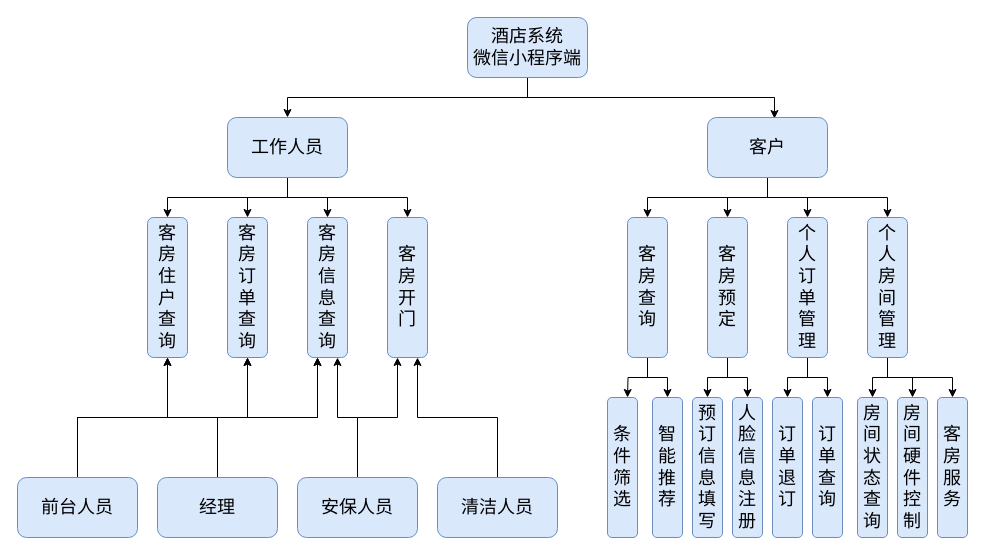
This is docs/src/微信小程序界面层.drawio from AndSonder/smart-hotel-database, a draw.io file, before an edit. Source tidied: cells renumbered, new cells numbered last; positions are measured from the earlier drawing's top-left corner, leaving out a move shared by most shapes. Both pictures are drawn from the tidied source at 100%, with x=0, y=0 at pixel (17, 17).
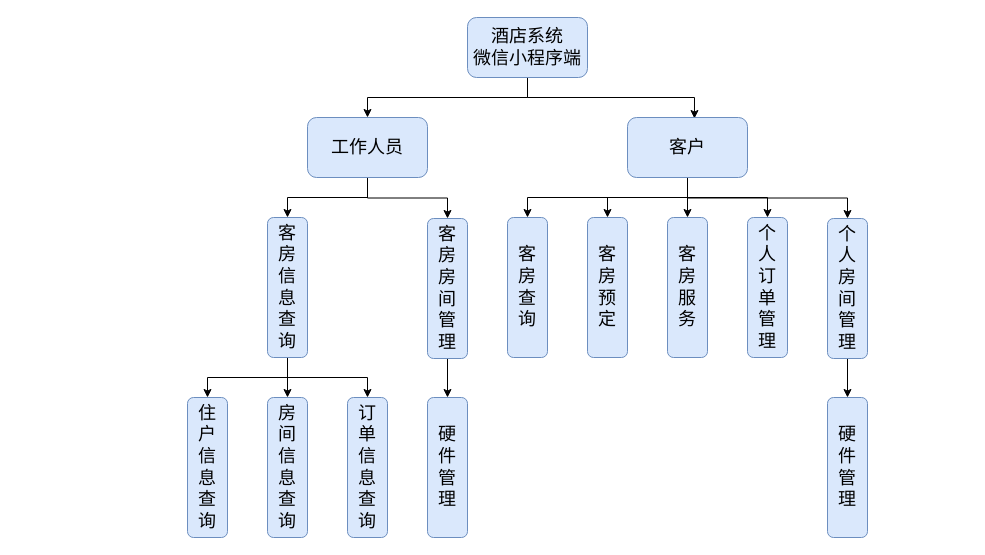
The same page after the edit.

The edit, as a diff of the source:
```diff
@@
-    <mxCell id="5" style="edgeStyle=orthogonalEdgeStyle;rounded=0;jettySize=auto;html=1;exitX=0.5;exitY=1;exitDx=0;exitDy=0;entryX=0.5;entryY=0;entryDx=0;entryDy=0;fontSize=18;" parent="1" edge="1" source="9" target="51">
-      <mxGeometry relative="1" as="geometry" />
-    </mxCell>
-    <mxCell id="6" style="edgeStyle=orthogonalEdgeStyle;rounded=0;jettySize=auto;html=1;exitX=0.5;exitY=1;exitDx=0;exitDy=0;entryX=0.5;entryY=0;entryDx=0;entryDy=0;fontSize=18;" parent="1" edge="1" source="9" target="52">
-      <mxGeometry relative="1" as="geometry" />
-    </mxCell>
@@
-    <mxCell id="8" style="edgeStyle=orthogonalEdgeStyle;rounded=0;jettySize=auto;html=1;exitX=0.5;exitY=1;exitDx=0;exitDy=0;entryX=0.5;entryY=0;entryDx=0;entryDy=0;fontSize=18;" parent="1" edge="1" source="9" target="53">
+    <mxCell id="8" style="edgeStyle=orthogonalEdgeStyle;rounded=0;jettySize=auto;html=1;exitX=0.5;exitY=1;exitDx=0;exitDy=0;entryX=0.5;entryY=0;entryDx=0;entryDy=0;" parent="1" edge="1" source="9" target="53">
       <mxGeometry relative="1" as="geometry" />
     </mxCell>
     <mxCell id="9" value="工作人员" style="rounded=1;whiteSpace=wrap;html=1;fillColor=#dae8fc;strokeColor=#6c8ebf;shadow=0;sketch=0;fontSize=18;" parent="1" vertex="1">
-      <mxGeometry x="210" y="100" width="120" height="60" as="geometry" />
+      <mxGeometry x="290" y="100" width="120" height="60" as="geometry" />
     </mxCell>
@@
+    <mxCell id="54" style="edgeStyle=orthogonalEdgeStyle;rounded=0;jettySize=auto;html=1;exitX=0.5;exitY=1;exitDx=0;exitDy=0;entryX=0.5;entryY=0;entryDx=0;entryDy=0;" parent="1" edge="1" source="14" target="40">
+      <mxGeometry relative="1" as="geometry" />
+    </mxCell>
     <mxCell id="14" value="客户" style="rounded=1;whiteSpace=wrap;html=1;fillColor=#dae8fc;strokeColor=#6c8ebf;shadow=0;sketch=0;fontSize=18;" parent="1" vertex="1">
-      <mxGeometry x="690" y="100" width="120" height="60" as="geometry" />
+      <mxGeometry x="610" y="100" width="120" height="60" as="geometry" />
     </mxCell>
-    <mxCell id="15" style="edgeStyle=orthogonalEdgeStyle;rounded=0;jettySize=auto;html=1;exitX=0.5;exitY=1;exitDx=0;exitDy=0;entryX=0.5;entryY=0;entryDx=0;entryDy=0;fontSize=18;" parent="1" edge="1" source="17">
-      <mxGeometry relative="1" as="geometry">
-        <mxPoint x="610" y="380" as="targetPoint" />
-      </mxGeometry>
-    </mxCell>
-    <mxCell id="16" style="edgeStyle=orthogonalEdgeStyle;rounded=0;jettySize=auto;html=1;exitX=0.5;exitY=1;exitDx=0;exitDy=0;entryX=0.5;entryY=0;entryDx=0;entryDy=0;fontSize=18;" parent="1" edge="1" source="17" target="28">
-      <mxGeometry relative="1" as="geometry" />
-    </mxCell>
     <mxCell id="17" value="&lt;span style=&quot;font-size: 18px;&quot;&gt;客&lt;/span&gt;&lt;br style=&quot;font-size: 18px;&quot;&gt;&lt;span style=&quot;font-size: 18px;&quot;&gt;房&lt;/span&gt;&lt;br style=&quot;font-size: 18px;&quot;&gt;&lt;span style=&quot;font-size: 18px;&quot;&gt;查&lt;/span&gt;&lt;br style=&quot;font-size: 18px;&quot;&gt;&lt;span style=&quot;font-size: 18px;&quot;&gt;询&lt;/span&gt;" style="rounded=1;whiteSpace=wrap;html=1;fillColor=#dae8fc;strokeColor=#6c8ebf;shadow=0;sketch=0;fontSize=18;" parent="1" vertex="1">
-      <mxGeometry x="610" y="200" width="40" height="140" as="geometry" />
+      <mxGeometry x="490" y="200" width="40" height="140" as="geometry" />
     </mxCell>
-    <mxCell id="18" style="edgeStyle=orthogonalEdgeStyle;rounded=0;jettySize=auto;html=1;exitX=0.5;exitY=1;exitDx=0;exitDy=0;entryX=0.5;entryY=0;entryDx=0;entryDy=0;fontSize=18;" parent="1" edge="1" source="20" target="30">
-      <mxGeometry relative="1" as="geometry" />
-    </mxCell>
-    <mxCell id="19" style="edgeStyle=orthogonalEdgeStyle;rounded=0;jettySize=auto;html=1;exitX=0.5;exitY=1;exitDx=0;exitDy=0;entryX=0.5;entryY=0;entryDx=0;entryDy=0;fontSize=18;" parent="1" edge="1" source="20" target="31">
-      <mxGeometry relative="1" as="geometry" />
-    </mxCell>
     <mxCell id="20" value="个&lt;br style=&quot;font-size: 18px;&quot;&gt;人&lt;br style=&quot;font-size: 18px;&quot;&gt;订&lt;br style=&quot;font-size: 18px;&quot;&gt;单&lt;br style=&quot;font-size: 18px;&quot;&gt;管&lt;br style=&quot;font-size: 18px;&quot;&gt;理" style="rounded=1;whiteSpace=wrap;html=1;fillColor=#dae8fc;strokeColor=#6c8ebf;shadow=0;sketch=0;fontSize=18;" parent="1" vertex="1">
-      <mxGeometry x="770" y="200" width="40" height="140" as="geometry" />
+      <mxGeometry x="730" y="200" width="40" height="140" as="geometry" />
     </mxCell>
-    <mxCell id="21" style="edgeStyle=orthogonalEdgeStyle;rounded=0;jettySize=auto;html=1;entryX=0.5;entryY=0;entryDx=0;entryDy=0;fontSize=18;" parent="1" edge="1" source="23" target="42">
-      <mxGeometry relative="1" as="geometry" />
-    </mxCell>
-    <mxCell id="22" style="edgeStyle=orthogonalEdgeStyle;rounded=0;jettySize=auto;html=1;exitX=0.5;exitY=1;exitDx=0;exitDy=0;entryX=0.5;entryY=0;entryDx=0;entryDy=0;fontSize=18;" parent="1" edge="1" source="23" target="29">
-      <mxGeometry relative="1" as="geometry" />
-    </mxCell>
     <mxCell id="23" value="客&lt;br style=&quot;font-size: 18px;&quot;&gt;房&lt;br style=&quot;font-size: 18px;&quot;&gt;预&lt;br style=&quot;font-size: 18px;&quot;&gt;定" style="rounded=1;whiteSpace=wrap;html=1;fillColor=#dae8fc;strokeColor=#6c8ebf;shadow=0;sketch=0;fontSize=18;" parent="1" vertex="1">
-      <mxGeometry x="690" y="200" width="40" height="140" as="geometry" />
+      <mxGeometry x="570" y="200" width="40" height="140" as="geometry" />
     </mxCell>
-    <mxCell id="24" style="edgeStyle=orthogonalEdgeStyle;rounded=0;jettySize=auto;html=1;exitX=0.5;exitY=1;exitDx=0;exitDy=0;entryX=0.5;entryY=0;entryDx=0;entryDy=0;fontSize=18;" parent="1" edge="1" source="27" target="32">
-      <mxGeometry relative="1" as="geometry" />
-    </mxCell>
-    <mxCell id="25" style="edgeStyle=orthogonalEdgeStyle;rounded=0;jettySize=auto;html=1;exitX=0.5;exitY=1;exitDx=0;exitDy=0;entryX=0.5;entryY=0;entryDx=0;entryDy=0;fontSize=18;" parent="1" edge="1" source="27" target="33">
-      <mxGeometry relative="1" as="geometry" />
-    </mxCell>
-    <mxCell id="26" style="edgeStyle=orthogonalEdgeStyle;rounded=0;jettySize=auto;html=1;exitX=0.5;exitY=1;exitDx=0;exitDy=0;entryX=0.5;entryY=0;entryDx=0;entryDy=0;fontSize=18;" parent="1" edge="1" source="27" target="40">
-      <mxGeometry relative="1" as="geometry" />
-    </mxCell>
+    <mxCell id="55" style="edgeStyle=orthogonalEdgeStyle;rounded=0;jettySize=auto;html=1;exitX=0.5;exitY=1;exitDx=0;exitDy=0;entryX=0.5;entryY=0;entryDx=0;entryDy=0;" parent="1" edge="1" source="27" target="60">
+      <mxGeometry relative="1" as="geometry" />
+    </mxCell>
     <mxCell id="27" value="个&lt;br style=&quot;font-size: 18px;&quot;&gt;人&lt;br style=&quot;font-size: 18px;&quot;&gt;房&lt;br style=&quot;font-size: 18px;&quot;&gt;间&lt;br style=&quot;font-size: 18px;&quot;&gt;管&lt;br style=&quot;font-size: 18px;&quot;&gt;理" style="rounded=1;whiteSpace=wrap;html=1;fillColor=#dae8fc;strokeColor=#6c8ebf;shadow=0;sketch=0;fontSize=18;" parent="1" vertex="1">
-      <mxGeometry x="850" y="200" width="40" height="140" as="geometry" />
+      <mxGeometry x="810" y="201" width="40" height="140" as="geometry" />
     </mxCell>
-    <mxCell id="28" value="智&lt;br style=&quot;font-size: 18px;&quot;&gt;能&lt;br style=&quot;font-size: 18px;&quot;&gt;推&lt;br style=&quot;font-size: 18px;&quot;&gt;荐" style="rounded=1;whiteSpace=wrap;html=1;fillColor=#dae8fc;strokeColor=#6c8ebf;shadow=0;sketch=0;fontSize=18;" parent="1" vertex="1">
-      <mxGeometry x="635" y="380" width="30" height="140" as="geometry" />
-    </mxCell>
-    <mxCell id="29" value="人&lt;br style=&quot;font-size: 18px;&quot;&gt;脸&lt;br style=&quot;font-size: 18px;&quot;&gt;信&lt;br style=&quot;font-size: 18px;&quot;&gt;息&lt;br style=&quot;font-size: 18px;&quot;&gt;注&lt;br style=&quot;font-size: 18px;&quot;&gt;册" style="rounded=1;whiteSpace=wrap;html=1;fillColor=#dae8fc;strokeColor=#6c8ebf;shadow=0;sketch=0;fontSize=18;" parent="1" vertex="1">
-      <mxGeometry x="715" y="380" width="30" height="140" as="geometry" />
-    </mxCell>
-    <mxCell id="30" value="订&lt;br style=&quot;font-size: 18px;&quot;&gt;单&lt;br style=&quot;font-size: 18px;&quot;&gt;退&lt;br style=&quot;font-size: 18px;&quot;&gt;订" style="rounded=1;whiteSpace=wrap;html=1;fillColor=#dae8fc;strokeColor=#6c8ebf;shadow=0;sketch=0;fontSize=18;" parent="1" vertex="1">
-      <mxGeometry x="755" y="380" width="30" height="140" as="geometry" />
-    </mxCell>
-    <mxCell id="31" value="订&lt;br style=&quot;font-size: 18px;&quot;&gt;单&lt;br style=&quot;font-size: 18px;&quot;&gt;查&lt;br style=&quot;font-size: 18px;&quot;&gt;询" style="rounded=1;whiteSpace=wrap;html=1;fillColor=#dae8fc;strokeColor=#6c8ebf;shadow=0;sketch=0;fontSize=18;" parent="1" vertex="1">
-      <mxGeometry x="795" y="380" width="30" height="140" as="geometry" />
-    </mxCell>
-    <mxCell id="32" value="房&lt;br style=&quot;font-size: 18px;&quot;&gt;间&lt;br style=&quot;font-size: 18px;&quot;&gt;状&lt;br style=&quot;font-size: 18px;&quot;&gt;态&lt;br style=&quot;font-size: 18px;&quot;&gt;查&lt;br style=&quot;font-size: 18px;&quot;&gt;询" style="rounded=1;whiteSpace=wrap;html=1;fillColor=#dae8fc;strokeColor=#6c8ebf;shadow=0;sketch=0;fontSize=18;" parent="1" vertex="1">
-      <mxGeometry x="840" y="380" width="30" height="140" as="geometry" />
-    </mxCell>
-    <mxCell id="33" value="房&lt;br style=&quot;font-size: 18px;&quot;&gt;间&lt;br style=&quot;font-size: 18px;&quot;&gt;硬&lt;br style=&quot;font-size: 18px;&quot;&gt;件&lt;br style=&quot;font-size: 18px;&quot;&gt;控&lt;br style=&quot;font-size: 18px;&quot;&gt;制" style="rounded=1;whiteSpace=wrap;html=1;fillColor=#dae8fc;strokeColor=#6c8ebf;shadow=0;sketch=0;fontSize=18;" parent="1" vertex="1">
-      <mxGeometry x="880" y="380" width="30" height="140" as="geometry" />
-    </mxCell>
-    <mxCell id="34" style="edgeStyle=orthogonalEdgeStyle;rounded=0;jettySize=auto;html=1;exitX=0.5;exitY=0;exitDx=0;exitDy=0;entryX=0.75;entryY=1;entryDx=0;entryDy=0;fontSize=18;" parent="1" edge="1" source="35" target="53">
-      <mxGeometry relative="1" as="geometry" />
-    </mxCell>
-    <mxCell id="35" value="清洁人员" style="rounded=1;whiteSpace=wrap;html=1;fillColor=#dae8fc;strokeColor=#6c8ebf;shadow=0;sketch=0;fontSize=18;" parent="1" vertex="1">
-      <mxGeometry x="420" y="460" width="120" height="60" as="geometry" />
-    </mxCell>
-    <mxCell id="36" style="edgeStyle=orthogonalEdgeStyle;rounded=0;jettySize=auto;html=1;exitX=0.5;exitY=0;exitDx=0;exitDy=0;entryX=0.5;entryY=1;entryDx=0;entryDy=0;fontSize=18;" parent="1" edge="1" source="39" target="51">
-      <mxGeometry relative="1" as="geometry" />
-    </mxCell>
-    <mxCell id="37" style="edgeStyle=orthogonalEdgeStyle;rounded=0;jettySize=auto;html=1;exitX=0.5;exitY=0;exitDx=0;exitDy=0;entryX=0.5;entryY=1;entryDx=0;entryDy=0;fontSize=18;" parent="1" edge="1" source="39" target="52">
-      <mxGeometry relative="1" as="geometry" />
-    </mxCell>
-    <mxCell id="38" style="edgeStyle=orthogonalEdgeStyle;rounded=0;jettySize=auto;html=1;exitX=0.5;exitY=0;exitDx=0;exitDy=0;entryX=0.25;entryY=1;entryDx=0;entryDy=0;fontSize=18;" parent="1" edge="1" source="39" target="50">
-      <mxGeometry relative="1" as="geometry" />
-    </mxCell>
-    <mxCell id="39" value="经理" style="rounded=1;whiteSpace=wrap;html=1;fillColor=#dae8fc;strokeColor=#6c8ebf;shadow=0;sketch=0;fontSize=18;" parent="1" vertex="1">
-      <mxGeometry x="140" y="460" width="120" height="60" as="geometry" />
-    </mxCell>
+    <mxCell id="56" style="edgeStyle=orthogonalEdgeStyle;rounded=0;jettySize=auto;html=1;exitX=0.5;exitY=1;exitDx=0;exitDy=0;entryX=0.5;entryY=0;entryDx=0;entryDy=0;" parent="1" edge="1" source="50" target="62">
+      <mxGeometry relative="1" as="geometry" />
+    </mxCell>
+    <mxCell id="57" style="edgeStyle=orthogonalEdgeStyle;rounded=0;jettySize=auto;html=1;exitX=0.5;exitY=1;exitDx=0;exitDy=0;entryX=0.5;entryY=0;entryDx=0;entryDy=0;" parent="1" edge="1" source="50" target="61">
+      <mxGeometry relative="1" as="geometry" />
+    </mxCell>
+    <mxCell id="58" style="edgeStyle=orthogonalEdgeStyle;rounded=0;jettySize=auto;html=1;exitX=0.5;exitY=1;exitDx=0;exitDy=0;entryX=0.5;entryY=0;entryDx=0;entryDy=0;" parent="1" edge="1" source="50" target="63">
+      <mxGeometry relative="1" as="geometry" />
+    </mxCell>
+    <mxCell id="50" value="&lt;span style=&quot;font-size: 18px;&quot;&gt;客&lt;/span&gt;&lt;br style=&quot;font-size: 18px;&quot;&gt;&lt;span style=&quot;font-size: 18px;&quot;&gt;房&lt;br style=&quot;font-size: 18px;&quot;&gt;&lt;/span&gt;信&lt;br style=&quot;font-size: 18px;&quot;&gt;息&lt;br style=&quot;font-size: 18px;&quot;&gt;&lt;span style=&quot;font-size: 18px;&quot;&gt;查&lt;br style=&quot;font-size: 18px;&quot;&gt;询&lt;br style=&quot;font-size: 18px;&quot;&gt;&lt;/span&gt;" style="rounded=1;whiteSpace=wrap;html=1;fillColor=#dae8fc;strokeColor=#6c8ebf;shadow=0;sketch=0;fontSize=18;" parent="1" vertex="1">
+      <mxGeometry x="250" y="200" width="40" height="140" as="geometry" />
+    </mxCell>
+    <mxCell id="59" style="edgeStyle=orthogonalEdgeStyle;rounded=0;jettySize=auto;html=1;exitX=0.5;exitY=1;exitDx=0;exitDy=0;entryX=0.5;entryY=0;entryDx=0;entryDy=0;" parent="1" edge="1" source="53" target="64">
+      <mxGeometry relative="1" as="geometry" />
+    </mxCell>
+    <mxCell id="53" value="客&lt;br&gt;房&lt;br&gt;房&lt;br&gt;间&lt;br&gt;管&lt;br&gt;理" style="rounded=1;whiteSpace=wrap;html=1;fillColor=#dae8fc;strokeColor=#6c8ebf;shadow=0;sketch=0;fontSize=18;" parent="1" vertex="1">
+      <mxGeometry x="410" y="201" width="40" height="140" as="geometry" />
+    </mxCell>
+    <mxCell id="60" value="硬&lt;br&gt;件&lt;br&gt;管&lt;br&gt;理" style="rounded=1;whiteSpace=wrap;html=1;fillColor=#dae8fc;strokeColor=#6c8ebf;shadow=0;sketch=0;fontSize=18;" parent="1" vertex="1">
+      <mxGeometry x="810" y="380" width="40" height="140" as="geometry" />
+    </mxCell>
-    <mxCell id="40" value="客&lt;br style=&quot;font-size: 18px;&quot;&gt;房&lt;br style=&quot;font-size: 18px;&quot;&gt;服&lt;br style=&quot;font-size: 18px;&quot;&gt;务" style="rounded=1;whiteSpace=wrap;html=1;fillColor=#dae8fc;strokeColor=#6c8ebf;shadow=0;sketch=0;fontSize=18;" parent="1" vertex="1">
-      <mxGeometry x="920" y="380" width="30" height="140" as="geometry" />
+    <mxCell id="40" value="&lt;span style=&quot;font-size: 18px&quot;&gt;客&lt;/span&gt;&lt;br style=&quot;font-size: 18px&quot;&gt;&lt;span style=&quot;font-size: 18px&quot;&gt;房&lt;/span&gt;&lt;br style=&quot;font-size: 18px&quot;&gt;服&lt;br&gt;务" style="rounded=1;whiteSpace=wrap;html=1;fillColor=#dae8fc;strokeColor=#6c8ebf;shadow=0;sketch=0;fontSize=18;" parent="1" vertex="1">
+      <mxGeometry x="650" y="200" width="40" height="140" as="geometry" />
     </mxCell>
-    <mxCell id="41" value="条&lt;br style=&quot;font-size: 18px;&quot;&gt;件&lt;br style=&quot;font-size: 18px;&quot;&gt;筛&lt;br style=&quot;font-size: 18px;&quot;&gt;选" style="rounded=1;whiteSpace=wrap;html=1;fillColor=#dae8fc;strokeColor=#6c8ebf;shadow=0;sketch=0;fontSize=18;" parent="1" vertex="1">
-      <mxGeometry x="590" y="380" width="30" height="140" as="geometry" />
-    </mxCell>
-    <mxCell id="42" value="预&lt;br style=&quot;font-size: 18px;&quot;&gt;订&lt;br style=&quot;font-size: 18px;&quot;&gt;信&lt;br style=&quot;font-size: 18px;&quot;&gt;息&lt;br style=&quot;font-size: 18px;&quot;&gt;填&lt;br style=&quot;font-size: 18px;&quot;&gt;写" style="rounded=1;whiteSpace=wrap;html=1;fillColor=#dae8fc;strokeColor=#6c8ebf;shadow=0;sketch=0;fontSize=18;" parent="1" vertex="1">
-      <mxGeometry x="675" y="380" width="30" height="140" as="geometry" />
-    </mxCell>
-    <mxCell id="43" style="edgeStyle=orthogonalEdgeStyle;rounded=0;jettySize=auto;html=1;exitX=0.5;exitY=0;exitDx=0;exitDy=0;entryX=0.5;entryY=1;entryDx=0;entryDy=0;fontSize=18;" parent="1" edge="1" source="46" target="51">
-      <mxGeometry relative="1" as="geometry" />
-    </mxCell>
-    <mxCell id="44" style="edgeStyle=orthogonalEdgeStyle;rounded=0;jettySize=auto;html=1;exitX=0.5;exitY=0;exitDx=0;exitDy=0;entryX=0.5;entryY=1;entryDx=0;entryDy=0;fontSize=18;" parent="1" edge="1" source="46" target="52">
-      <mxGeometry relative="1" as="geometry" />
-    </mxCell>
-    <mxCell id="45" style="edgeStyle=orthogonalEdgeStyle;rounded=0;jettySize=auto;html=1;exitX=0.5;exitY=0;exitDx=0;exitDy=0;entryX=0.25;entryY=1;entryDx=0;entryDy=0;fontSize=18;" parent="1" edge="1" source="46" target="50">
-      <mxGeometry relative="1" as="geometry" />
-    </mxCell>
-    <mxCell id="46" value="前台人员" style="rounded=1;whiteSpace=wrap;html=1;fillColor=#dae8fc;strokeColor=#6c8ebf;shadow=0;sketch=0;fontSize=18;" parent="1" vertex="1">
-      <mxGeometry y="460" width="120" height="60" as="geometry" />
-    </mxCell>
-    <mxCell id="47" style="edgeStyle=orthogonalEdgeStyle;rounded=0;jettySize=auto;html=1;exitX=0.5;exitY=0;exitDx=0;exitDy=0;entryX=0.25;entryY=1;entryDx=0;entryDy=0;fontSize=18;" parent="1" edge="1" source="49" target="53">
-      <mxGeometry relative="1" as="geometry" />
-    </mxCell>
-    <mxCell id="48" style="edgeStyle=orthogonalEdgeStyle;rounded=0;jettySize=auto;html=1;exitX=0.5;exitY=0;exitDx=0;exitDy=0;entryX=0.75;entryY=1;entryDx=0;entryDy=0;fontSize=18;" parent="1" edge="1" source="49" target="50">
-      <mxGeometry relative="1" as="geometry" />
-    </mxCell>
-    <mxCell id="49" value="安保人员" style="rounded=1;whiteSpace=wrap;html=1;fillColor=#dae8fc;strokeColor=#6c8ebf;shadow=0;sketch=0;fontSize=18;" parent="1" vertex="1">
-      <mxGeometry x="280" y="460" width="120" height="60" as="geometry" />
-    </mxCell>
-    <mxCell id="50" value="&lt;span style=&quot;font-size: 18px;&quot;&gt;客&lt;/span&gt;&lt;br style=&quot;font-size: 18px;&quot;&gt;&lt;span style=&quot;font-size: 18px;&quot;&gt;房&lt;br style=&quot;font-size: 18px;&quot;&gt;&lt;/span&gt;信&lt;br style=&quot;font-size: 18px;&quot;&gt;息&lt;br style=&quot;font-size: 18px;&quot;&gt;&lt;span style=&quot;font-size: 18px;&quot;&gt;查&lt;br style=&quot;font-size: 18px;&quot;&gt;询&lt;br style=&quot;font-size: 18px;&quot;&gt;&lt;/span&gt;" style="rounded=1;whiteSpace=wrap;html=1;fillColor=#dae8fc;strokeColor=#6c8ebf;shadow=0;sketch=0;fontSize=18;" parent="1" vertex="1">
-      <mxGeometry x="290" y="200" width="40" height="140" as="geometry" />
-    </mxCell>
-    <mxCell id="51" value="客&lt;br style=&quot;font-size: 18px;&quot;&gt;房&lt;br style=&quot;font-size: 18px;&quot;&gt;住&lt;br style=&quot;font-size: 18px;&quot;&gt;户&lt;br style=&quot;font-size: 18px;&quot;&gt;查&lt;br style=&quot;font-size: 18px;&quot;&gt;询" style="rounded=1;whiteSpace=wrap;html=1;fillColor=#dae8fc;strokeColor=#6c8ebf;shadow=0;sketch=0;fontSize=18;" parent="1" vertex="1">
-      <mxGeometry x="130" y="200" width="40" height="140" as="geometry" />
-    </mxCell>
-    <mxCell id="52" value="客&lt;br style=&quot;font-size: 18px;&quot;&gt;房&lt;br style=&quot;font-size: 18px;&quot;&gt;订&lt;br style=&quot;font-size: 18px;&quot;&gt;单&lt;br style=&quot;font-size: 18px;&quot;&gt;查&lt;br style=&quot;font-size: 18px;&quot;&gt;询" style="rounded=1;whiteSpace=wrap;html=1;fillColor=#dae8fc;strokeColor=#6c8ebf;shadow=0;sketch=0;fontSize=18;" parent="1" vertex="1">
-      <mxGeometry x="210" y="200" width="40" height="140" as="geometry" />
-    </mxCell>
-    <mxCell id="53" value="客&lt;br style=&quot;font-size: 18px;&quot;&gt;房&lt;br style=&quot;font-size: 18px;&quot;&gt;开&lt;br style=&quot;font-size: 18px;&quot;&gt;门" style="rounded=1;whiteSpace=wrap;html=1;fillColor=#dae8fc;strokeColor=#6c8ebf;shadow=0;sketch=0;fontSize=18;" parent="1" vertex="1">
-      <mxGeometry x="370" y="200" width="40" height="140" as="geometry" />
-    </mxCell>
+    <mxCell id="61" value="房&lt;br&gt;间&lt;br&gt;信&lt;br&gt;息&lt;br&gt;&lt;span style=&quot;font-size: 18px&quot;&gt;查&lt;br style=&quot;font-size: 18px&quot;&gt;询&lt;br style=&quot;font-size: 18px&quot;&gt;&lt;/span&gt;" style="rounded=1;whiteSpace=wrap;html=1;fillColor=#dae8fc;strokeColor=#6c8ebf;shadow=0;sketch=0;fontSize=18;" parent="1" vertex="1">
+      <mxGeometry x="250" y="380" width="40" height="140" as="geometry" />
+    </mxCell>
+    <mxCell id="62" value="住&lt;br&gt;户&lt;br&gt;信&lt;br&gt;息&lt;br&gt;&lt;span style=&quot;font-size: 18px&quot;&gt;查&lt;br style=&quot;font-size: 18px&quot;&gt;询&lt;br style=&quot;font-size: 18px&quot;&gt;&lt;/span&gt;" style="rounded=1;whiteSpace=wrap;html=1;fillColor=#dae8fc;strokeColor=#6c8ebf;shadow=0;sketch=0;fontSize=18;" parent="1" vertex="1">
+      <mxGeometry x="170" y="380" width="40" height="140" as="geometry" />
+    </mxCell>
+    <mxCell id="63" value="订&lt;br&gt;单&lt;br&gt;信&lt;br&gt;息&lt;br&gt;&lt;span style=&quot;font-size: 18px&quot;&gt;查&lt;br style=&quot;font-size: 18px&quot;&gt;询&lt;br style=&quot;font-size: 18px&quot;&gt;&lt;/span&gt;" style="rounded=1;whiteSpace=wrap;html=1;fillColor=#dae8fc;strokeColor=#6c8ebf;shadow=0;sketch=0;fontSize=18;" parent="1" vertex="1">
+      <mxGeometry x="330" y="380" width="40" height="140" as="geometry" />
+    </mxCell>
+    <mxCell id="64" value="硬&lt;br&gt;件&lt;br&gt;管&lt;br&gt;理" style="rounded=1;whiteSpace=wrap;html=1;fillColor=#dae8fc;strokeColor=#6c8ebf;shadow=0;sketch=0;fontSize=18;" parent="1" vertex="1">
+      <mxGeometry x="410" y="380" width="40" height="140" as="geometry" />
+    </mxCell>
```
